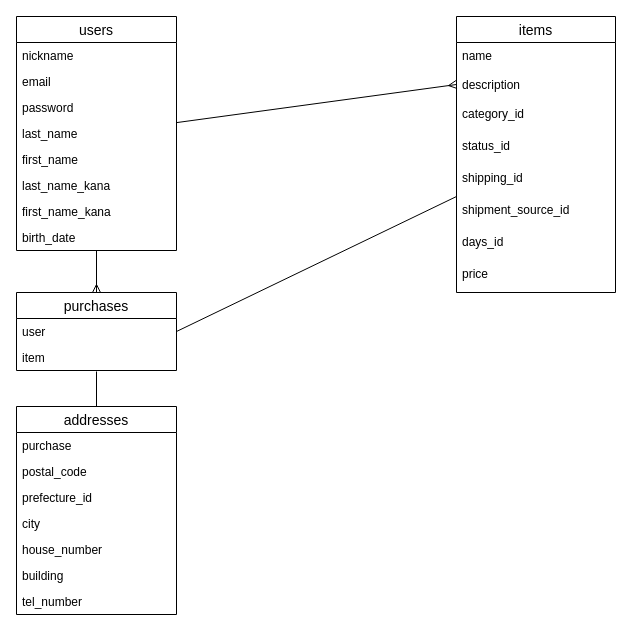
The draw.io diagram furima.dio in ShogoSonoda/furima-29107, before the edit. Source tidied: cells renumbered, new cells numbered last; positions are measured from the earlier drawing's top-left corner, leaving out a move shared by most shapes. Both pictures are drawn from the tidied source at 100%, with x=0, y=0 at pixel (16, 16).
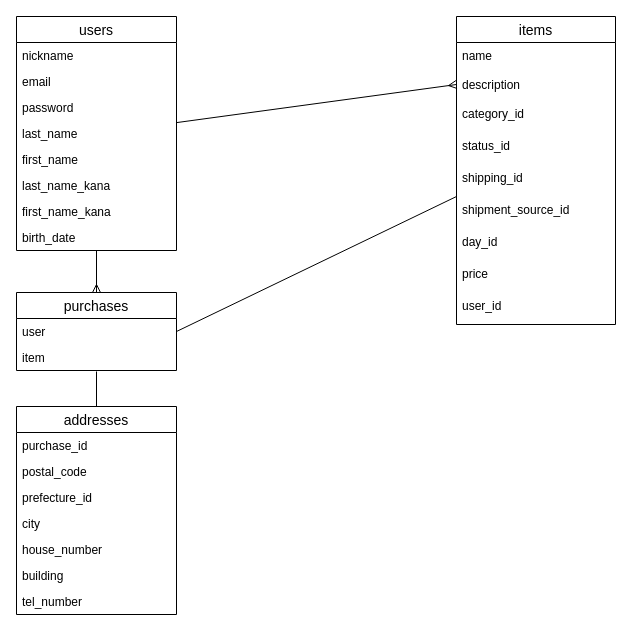
After the change.

The change refers to these unchanged cells:
```xml
<mxCell id="27" value="addresses" style="swimlane;fontStyle=0;horizontal=1;startSize=26;align=center;fontSize=14;" parent="1" vertex="1">
  <mxGeometry y="390" width="160" height="208" as="geometry" />
</mxCell>
```

Change to the diagram source:
```diff
@@
     <mxCell id="13" value="items" style="swimlane;fontStyle=0;horizontal=1;startSize=26;align=center;fontSize=14;" parent="1" vertex="1">
-      <mxGeometry x="440" width="159" height="276" as="geometry" />
+      <mxGeometry x="440" width="159" height="308" as="geometry" />
     </mxCell>
@@
-    <mxCell id="20" value="days_id" style="text;strokeColor=none;fillColor=none;spacingLeft=4;spacingRight=4;overflow=hidden;fontSize=12;verticalAlign=top;" parent="13" vertex="1">
+    <mxCell id="20" value="day_id" style="text;strokeColor=none;fillColor=none;spacingLeft=4;spacingRight=4;overflow=hidden;fontSize=12;verticalAlign=top;" parent="13" vertex="1">
       <mxGeometry y="212" width="159" height="32" as="geometry" />
     </mxCell>
@@
+    <mxCell id="35" value="user_id" style="text;strokeColor=none;fillColor=none;spacingLeft=4;spacingRight=4;overflow=hidden;fontSize=12;verticalAlign=top;" parent="13" vertex="1">
+      <mxGeometry y="276" width="159" height="32" as="geometry" />
+    </mxCell>
@@
-    <mxCell id="28" value="purchase" style="text;strokeColor=none;fillColor=none;spacingLeft=4;spacingRight=4;overflow=hidden;fontSize=12;" parent="27" vertex="1">
+    <mxCell id="28" value="purchase_id" style="text;strokeColor=none;fillColor=none;spacingLeft=4;spacingRight=4;overflow=hidden;fontSize=12;" parent="27" vertex="1">
       <mxGeometry y="26" width="160" height="26" as="geometry" />
     </mxCell>
```
